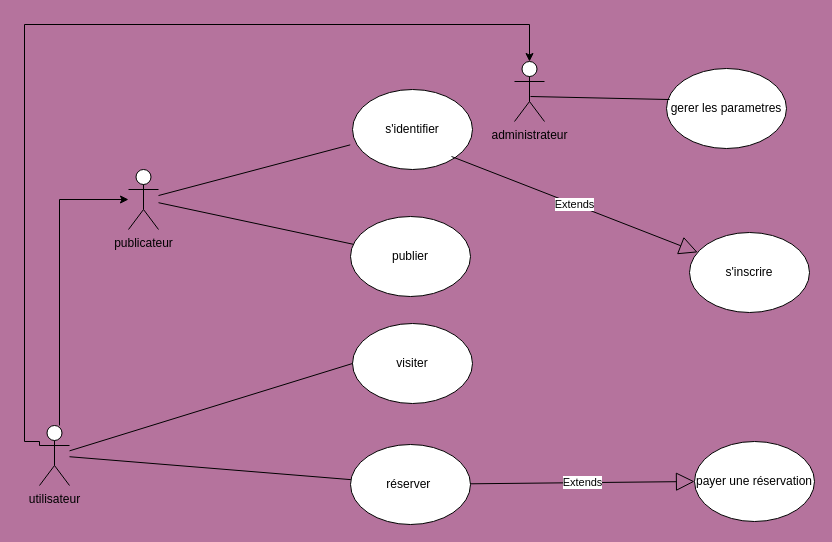
Above: page "Page-2" (2 of 2) of Diagramme sans nom.drawio in mawuli01/reactJS (draw.io), before the change. Source tidied: cells renumbered, new cells numbered last; positions are measured from the earlier drawing's top-left corner, leaving out a move shared by most shapes. Both pictures are drawn from the tidied source at 100%, with x=0, y=0 at pixel (24, 24).
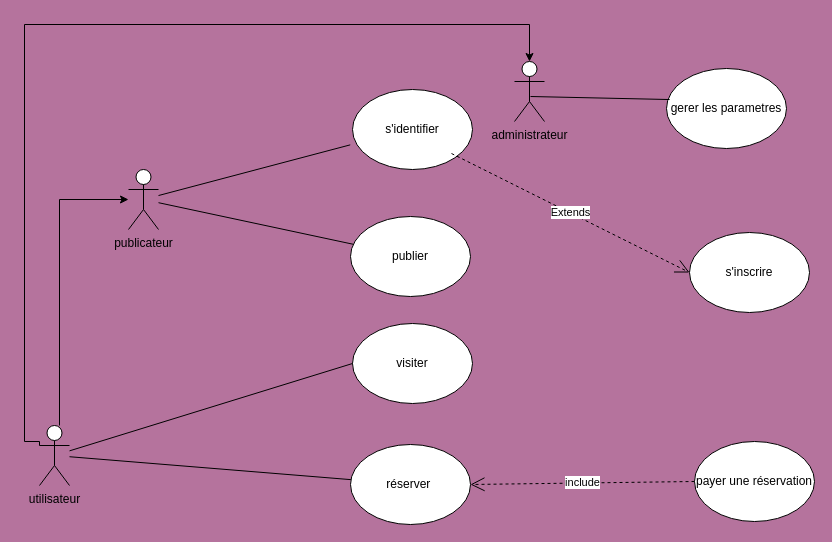
The same page after the edit.

Unchanged cells that the change refers to:
```xml
<mxCell id="8" value="réserver&amp;nbsp;" style="ellipse;whiteSpace=wrap;html=1;" parent="1" vertex="1">
  <mxGeometry x="326" y="420" width="120" height="80" as="geometry" />
</mxCell>
<mxCell id="18" value="s'inscrire" style="ellipse;whiteSpace=wrap;html=1;" parent="1" vertex="1">
  <mxGeometry x="665" y="208" width="120" height="80" as="geometry" />
</mxCell>
<mxCell id="20" value="payer une réservation" style="ellipse;whiteSpace=wrap;html=1;" parent="1" vertex="1">
  <mxGeometry x="670" y="417" width="120" height="80" as="geometry" />
</mxCell>
```

Diff of the diagram source:
```diff
@@
-    <mxCell id="17" value="Extends" style="endArrow=block;endSize=16;endFill=0;html=1;rounded=0;" parent="1" edge="1" target="18">
-      <mxGeometry relative="1" as="geometry">
-        <mxPoint x="427" y="132" as="sourcePoint" />
-      </mxGeometry>
-    </mxCell>
@@
-    <mxCell id="19" value="Extends" style="endArrow=block;endSize=16;endFill=0;html=1;rounded=0;entryX=0;entryY=0.5;entryDx=0;entryDy=0;" parent="1" edge="1" target="20">
-      <mxGeometry relative="1" as="geometry">
-        <mxPoint x="446" y="459.3" as="sourcePoint" />
-      </mxGeometry>
-    </mxCell>
@@
+    <mxCell id="21" value="Extends" style="endArrow=open;endSize=12;dashed=1;html=1;rounded=0;entryX=0;entryY=0.5;entryDx=0;entryDy=0;" parent="1" edge="1" target="18">
+      <mxGeometry relative="1" as="geometry">
+        <mxPoint x="427" y="129" as="sourcePoint" />
+      </mxGeometry>
+    </mxCell>
+    <mxCell id="22" value="include" style="endArrow=open;endSize=12;dashed=1;html=1;rounded=0;entryX=1;entryY=0.5;entryDx=0;entryDy=0;exitX=0;exitY=0.5;exitDx=0;exitDy=0;" parent="1" edge="1" source="20" target="8">
+      <mxGeometry relative="1" as="geometry" />
+    </mxCell>
```
